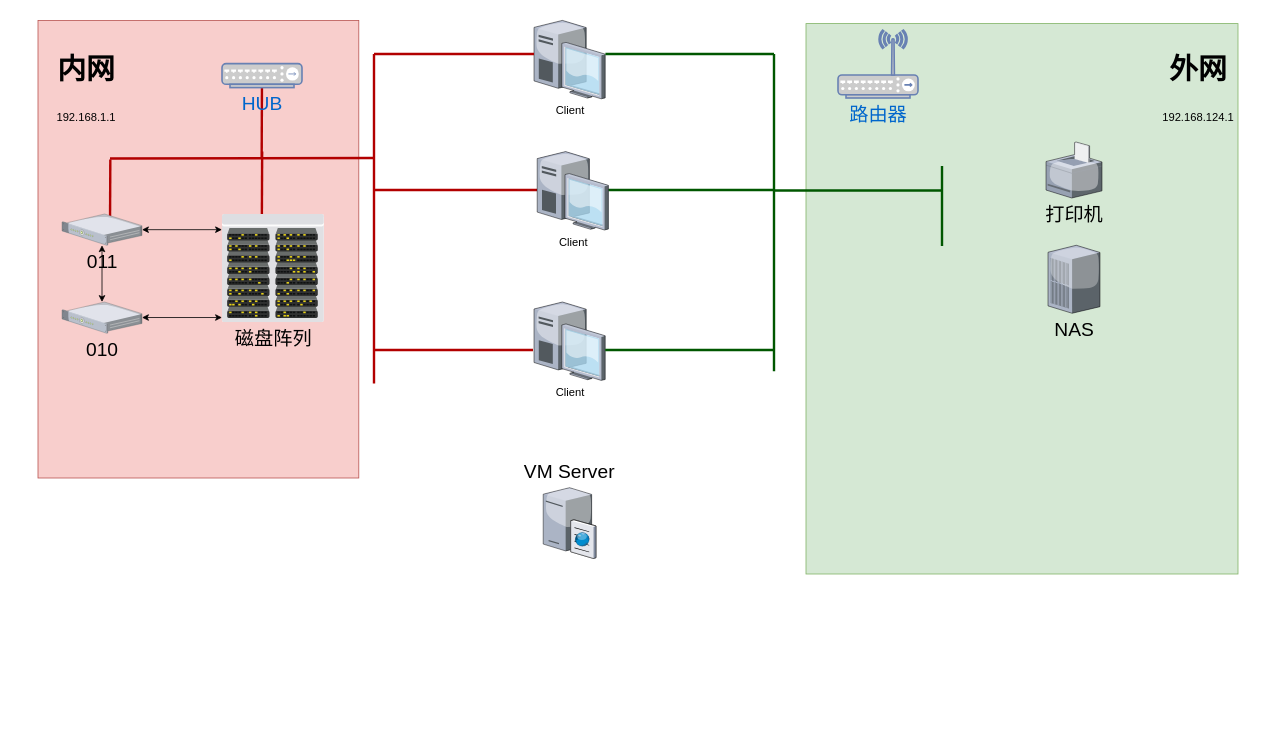
Before: 未命名绘图.drawio in sustcsugar/draw.io, a draw.io diagram. Source tidied: cells renumbered, new cells numbered last; positions are measured from the earlier drawing's top-left corner, leaving out a move shared by most shapes. Both pictures are drawn from the tidied source at 80%, with x=0, y=0 at pixel (38, 20).
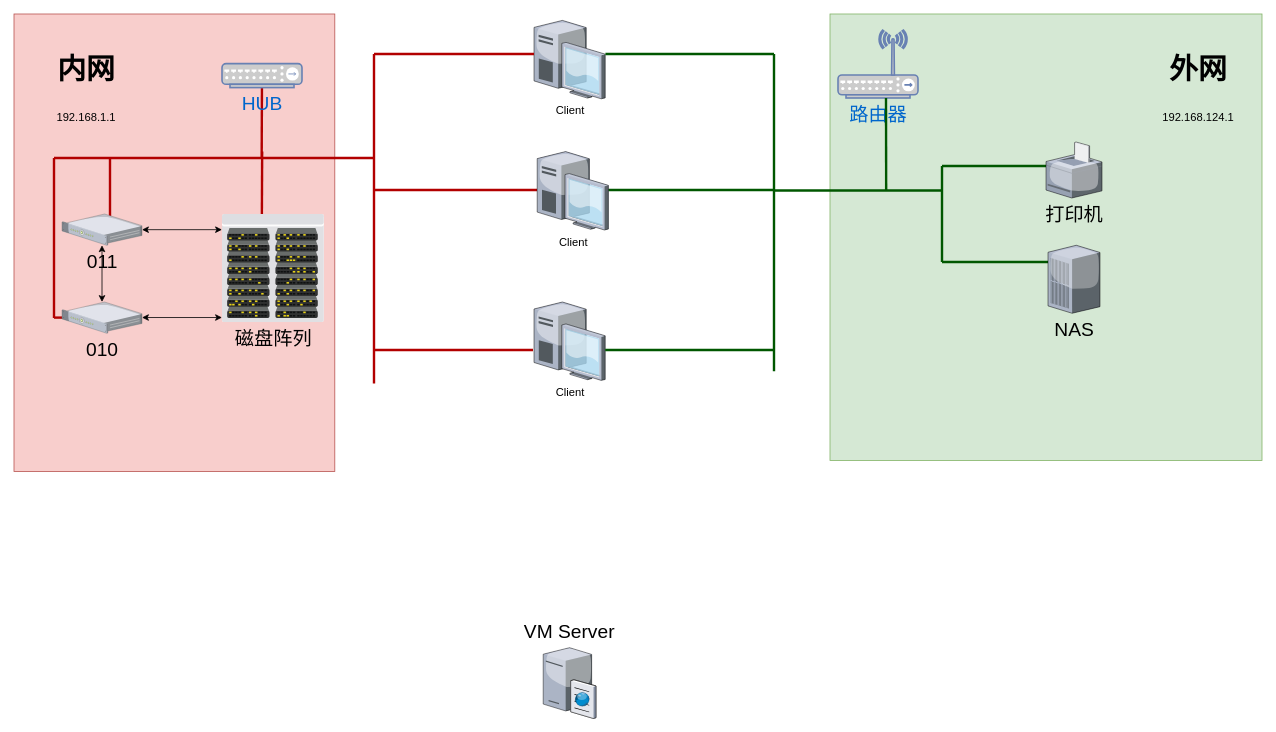
The same diagram, later.

Commit message (it also covers changes not shown here):
更新未命名绘图.drawio

Diff of the diagram source:
```diff
@@
     <mxCell id="2" style="whiteSpace=wrap;html=1;fillColor=#d5e8d4;fontSize=14;strokeColor=#82b366;verticalAlign=top;" parent="1" vertex="1">
-      <mxGeometry x="960" y="4" width="540" height="688" as="geometry" />
+      <mxGeometry x="990" y="-8" width="540" height="558" as="geometry" />
     </mxCell>
     <mxCell id="3" value="&lt;h2&gt;&lt;br&gt;&lt;/h2&gt;" style="whiteSpace=wrap;html=1;fillColor=#f8cecc;fontSize=14;strokeColor=#b85450;verticalAlign=top;" parent="1" vertex="1">
-      <mxGeometry width="401" height="572" as="geometry" />
+      <mxGeometry x="-30" y="-8" width="401" height="572" as="geometry" />
     </mxCell>
@@
     <mxCell id="6" value="&lt;span style=&quot;font-size: 24px;&quot;&gt;VM Server&lt;/span&gt;" style="verticalLabelPosition=top;html=1;verticalAlign=bottom;strokeColor=none;shape=mxgraph.citrix.cache_server;fillColor=#66B2FF;gradientColor=#0066CC;fontSize=14;labelPosition=center;align=center;" parent="1" vertex="1">
-      <mxGeometry x="631.5" y="582" width="65.9" height="90.5" as="geometry" />
+      <mxGeometry x="631.5" y="782" width="65.9" height="90.5" as="geometry" />
     </mxCell>
-    <mxCell id="7" value="010" style="verticalLabelPosition=bottom;sketch=0;html=1;verticalAlign=top;strokeColor=none;align=center;outlineConnect=0;shape=mxgraph.citrix.1u_2u_server;fontSize=24;" parent="1" vertex="1">
-      <mxGeometry x="30" y="352" width="100" height="39.1" as="geometry" />
-    </mxCell>
@@
     <mxCell id="13" style="html=1;rounded=0;fontSize=24;startArrow=none;startFill=0;endArrow=none;endFill=0;strokeWidth=3;fillColor=#e51400;strokeColor=#B20000;" parent="1" edge="1">
       <mxGeometry relative="1" as="geometry">
-        <mxPoint x="90" y="172.7" as="sourcePoint" />
+        <mxPoint x="20" y="172" as="sourcePoint" />
         <mxPoint x="420" y="172" as="targetPoint" />
       </mxGeometry>
     </mxCell>
@@
-    <mxCell id="20" value="打印机" style="verticalLabelPosition=bottom;sketch=0;html=1;verticalAlign=top;strokeColor=none;align=center;shape=mxgraph.citrix.printer;fontSize=24;" parent="1" vertex="1">
-      <mxGeometry x="1260" y="152" width="70" height="70" as="geometry" />
-    </mxCell>
-    <mxCell id="21" value="NAS" style="verticalLabelPosition=bottom;sketch=0;html=1;verticalAlign=top;strokeColor=none;align=center;shape=mxgraph.citrix.pbx_server;fontSize=24;" parent="1" vertex="1">
-      <mxGeometry x="1262.5" y="281.1" width="65" height="85" as="geometry" />
-    </mxCell>
@@
     <mxCell id="27" style="html=1;rounded=0;fontSize=24;startArrow=none;startFill=0;endArrow=none;endFill=0;strokeWidth=3;fillColor=#008a00;strokeColor=#005700;" parent="1" edge="1">
       <mxGeometry relative="1" as="geometry">
-        <mxPoint x="1130" y="282" as="sourcePoint" />
+        <mxPoint x="1130" y="302" as="sourcePoint" />
         <mxPoint x="1130" y="182" as="targetPoint" />
       </mxGeometry>
     </mxCell>
@@
     <mxCell id="30" style="html=1;rounded=0;fontSize=24;startArrow=none;startFill=0;endArrow=none;endFill=0;strokeWidth=3;fillColor=#e51400;strokeColor=#B20000;" parent="1" edge="1">
       <mxGeometry relative="1" as="geometry">
-        <mxPoint x="90.4" y="174" as="sourcePoint" />
-        <mxPoint x="90" y="262" as="targetPoint" />
+        <mxPoint x="90" y="172" as="sourcePoint" />
+        <mxPoint x="90" y="257" as="targetPoint" />
       </mxGeometry>
     </mxCell>
@@
+    <mxCell id="34" style="html=1;rounded=0;fontSize=24;startArrow=none;startFill=0;endArrow=none;endFill=0;strokeWidth=3;fillColor=#e51400;strokeColor=#B20000;" parent="1" edge="1">
+      <mxGeometry relative="1" as="geometry">
+        <mxPoint x="20" y="172" as="sourcePoint" />
+        <mxPoint x="20" y="372" as="targetPoint" />
+      </mxGeometry>
+    </mxCell>
+    <mxCell id="35" style="endArrow=none;html=1;rounded=0;strokeWidth=3;fontSize=24;fillColor=#e51400;strokeColor=#B20000;" parent="1" edge="1">
+      <mxGeometry relative="1" as="geometry">
+        <mxPoint x="20" y="371.5" as="sourcePoint" />
+        <mxPoint x="50" y="371.5" as="targetPoint" />
+      </mxGeometry>
+    </mxCell>
+    <mxCell id="7" value="010" style="verticalLabelPosition=bottom;sketch=0;html=1;verticalAlign=top;strokeColor=none;align=center;outlineConnect=0;shape=mxgraph.citrix.1u_2u_server;fontSize=24;" parent="1" vertex="1">
+      <mxGeometry x="30" y="352" width="100" height="39.1" as="geometry" />
+    </mxCell>
+    <mxCell id="36" style="html=1;rounded=0;fontSize=24;startArrow=none;startFill=0;endArrow=none;endFill=0;strokeWidth=3;fillColor=#008a00;strokeColor=#005700;" parent="1" edge="1">
+      <mxGeometry relative="1" as="geometry">
+        <mxPoint x="1270.2" y="182" as="sourcePoint" />
+        <mxPoint x="1130" y="182" as="targetPoint" />
+      </mxGeometry>
+    </mxCell>
+    <mxCell id="20" value="打印机" style="verticalLabelPosition=bottom;sketch=0;html=1;verticalAlign=top;strokeColor=none;align=center;shape=mxgraph.citrix.printer;fontSize=24;" parent="1" vertex="1">
+      <mxGeometry x="1260" y="152" width="70" height="70" as="geometry" />
+    </mxCell>
+    <mxCell id="37" style="html=1;rounded=0;fontSize=24;startArrow=none;startFill=0;endArrow=none;endFill=0;strokeWidth=3;fillColor=#008a00;strokeColor=#005700;" parent="1" edge="1">
+      <mxGeometry relative="1" as="geometry">
+        <mxPoint x="1270.2" y="302" as="sourcePoint" />
+        <mxPoint x="1130" y="302" as="targetPoint" />
+      </mxGeometry>
+    </mxCell>
+    <mxCell id="21" value="NAS" style="verticalLabelPosition=bottom;sketch=0;html=1;verticalAlign=top;strokeColor=none;align=center;shape=mxgraph.citrix.pbx_server;fontSize=24;" parent="1" vertex="1">
+      <mxGeometry x="1262.5" y="281.1" width="65" height="85" as="geometry" />
+    </mxCell>
+    <mxCell id="38" style="html=1;rounded=0;fontSize=24;startArrow=none;startFill=0;endArrow=none;endFill=0;strokeWidth=3;fillColor=#008a00;strokeColor=#005700;" parent="1" edge="1">
+      <mxGeometry relative="1" as="geometry">
+        <mxPoint x="1060.2" y="212" as="sourcePoint" />
+        <mxPoint x="1060" y="97" as="targetPoint" />
+      </mxGeometry>
+    </mxCell>
```
